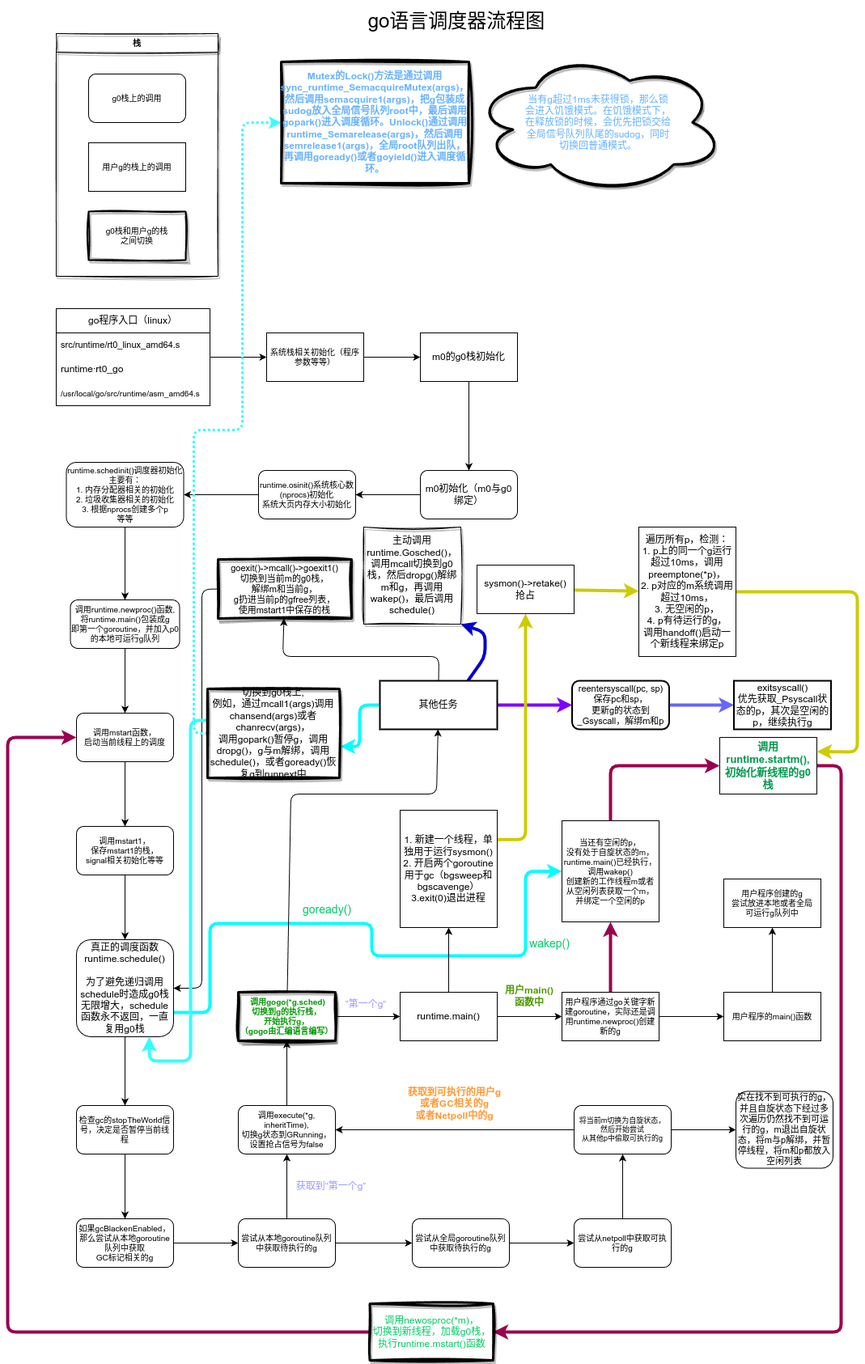
Before: go_sched.png, a diagram exported from draw.io (moqsien/img_repo). Source tidied: cells renumbered, new cells last; positions are measured from the earlier drawing's top-left corner, leaving out a move shared by most shapes.
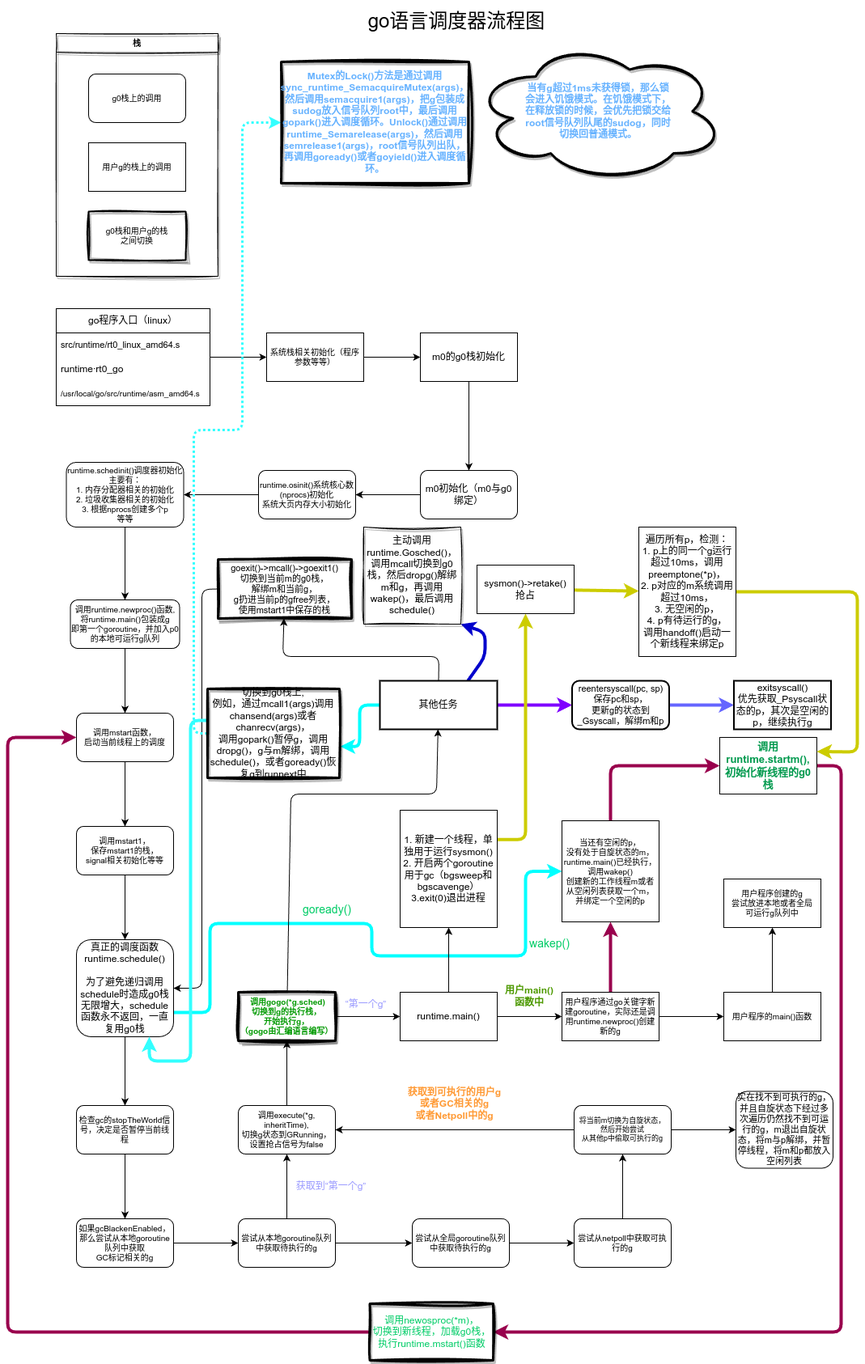
Later version of the same file.

Change to the diagram source:
```diff
@@ -330,11 +330,11 @@
     <mxCell id="91" value="遍历所有p，检测：&lt;br&gt;1. p上的同一个g运行超过10ms，调用preemptone(*p)，&lt;br&gt;2. p对应的m系统调用超过10ms，&lt;br&gt;3. 无空闲的p，&lt;br&gt;4. p有待运行的g，&lt;br&gt;调用handoff()启动一个新线程来绑定p" style="rounded=0;whiteSpace=wrap;html=1;shadow=0;fontSize=12;fillColor=none;" parent="1" vertex="1">
       <mxGeometry x="780" y="650" width="120" height="160" as="geometry" />
     </mxCell>
-    <mxCell id="92" value="&lt;font color=&quot;#66b2ff&quot; style=&quot;font-size: 12px;&quot;&gt;&lt;b&gt;Mutex的Lock()方法是通过调用sync_runtime_SemacquireMutex(args)，&lt;br&gt;然后调用semacquire1(args)，把g包装成sudog放入全局信号队列root中，最后调用gopark()进入调度循环。Unlock()通过调用runtime_Semarelease(args)，然后调用semrelease1(args)，全局root队列出队，再调用goready()或者goyield()进入调度循环。&lt;/b&gt;&lt;/font&gt;" style="rounded=0;whiteSpace=wrap;html=1;strokeWidth=3;sketch=1;curveFitting=1;jiggle=2;shadow=1;" parent="1" vertex="1">
+    <mxCell id="92" value="&lt;font color=&quot;#66b2ff&quot; style=&quot;font-size: 12px;&quot;&gt;&lt;b&gt;Mutex的Lock()方法是通过调用sync_runtime_SemacquireMutex(args)，&lt;br&gt;然后调用semacquire1(args)，把g包装成sudog放入信号队列root中，最后调用gopark()进入调度循环。Unlock()通过调用runtime_Semarelease(args)，然后调用semrelease1(args)，root信号队列出队，再调用goready()或者goyield()进入调度循环。&lt;/b&gt;&lt;/font&gt;" style="rounded=0;whiteSpace=wrap;html=1;strokeWidth=3;sketch=1;curveFitting=1;jiggle=2;shadow=1;" parent="1" vertex="1">
       <mxGeometry x="338" y="75" width="232" height="150" as="geometry" />
     </mxCell>
-    <mxCell id="93" value="当有g超过1ms未获得锁，那么锁&lt;br&gt;会进入饥饿模式。在饥饿模式下，&lt;br&gt;在释放锁的时候，会优先把锁交给&lt;br&gt;全局信号队列队尾的sudog，同时&lt;br&gt;切换回普通模式。" style="ellipse;shape=cloud;whiteSpace=wrap;html=1;rounded=0;shadow=1;sketch=1;strokeWidth=3;fontSize=12;fontColor=#66B2FF;" parent="1" vertex="1">
-      <mxGeometry x="575" y="63.8" width="310" height="172.5" as="geometry" />
+    <mxCell id="93" value="&lt;b&gt;当有g超过1ms未获得锁，那么锁&lt;br&gt;会进入饥饿模式。在饥饿模式下，&lt;br&gt;在释放锁的时候，会优先把锁交给&lt;br&gt;root信号队列队尾的sudog，同时&lt;br&gt;切换回普通模式。&lt;/b&gt;" style="ellipse;shape=cloud;whiteSpace=wrap;html=1;rounded=0;shadow=1;sketch=1;strokeWidth=3;fontSize=12;fontColor=#66B2FF;" parent="1" vertex="1">
+      <mxGeometry x="575" y="50" width="310" height="172.5" as="geometry" />
     </mxCell>
   </root>
 </mxGraphModel>
```
